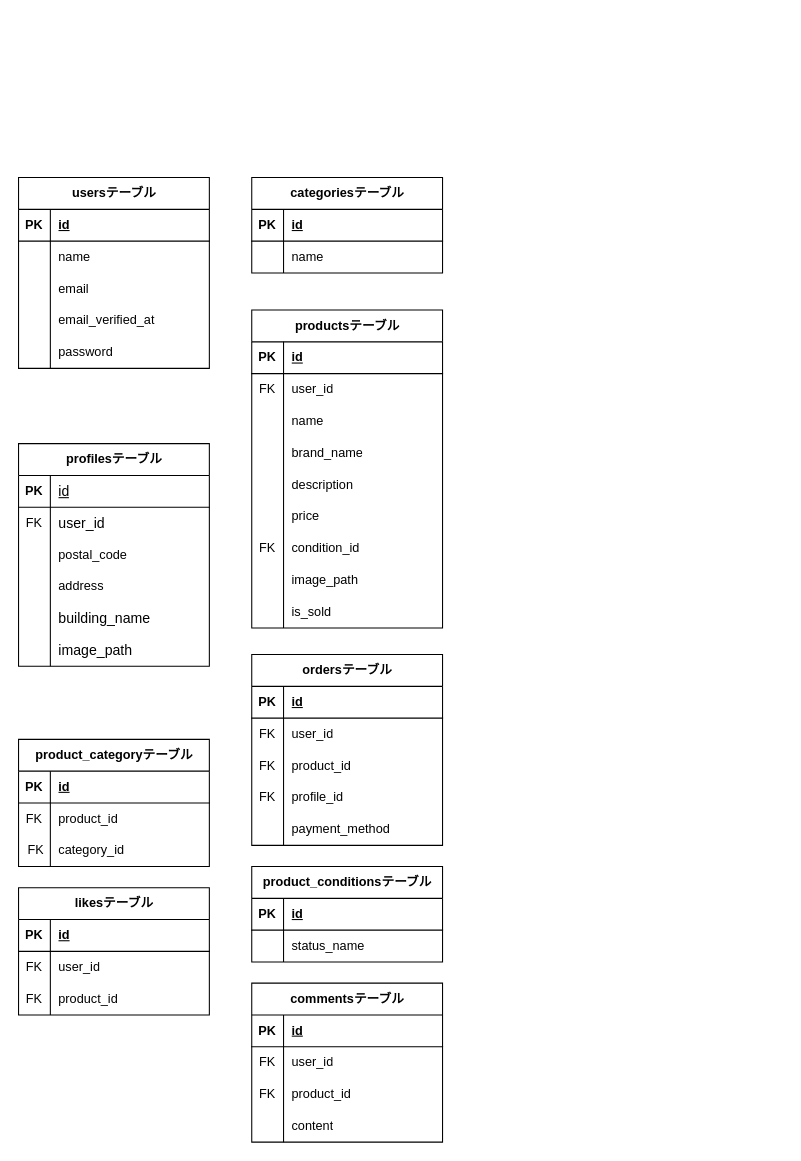
Above: er_diagram.drawio in TomoeHayano/furima-app-test (draw.io), before the change. Source tidied: cells renumbered, new cells numbered last; positions are measured from the earlier drawing's top-left corner, leaving out a move shared by most shapes. Both pictures are drawn from the tidied source at 106%, with x=0, y=0 at pixel (18, 177).
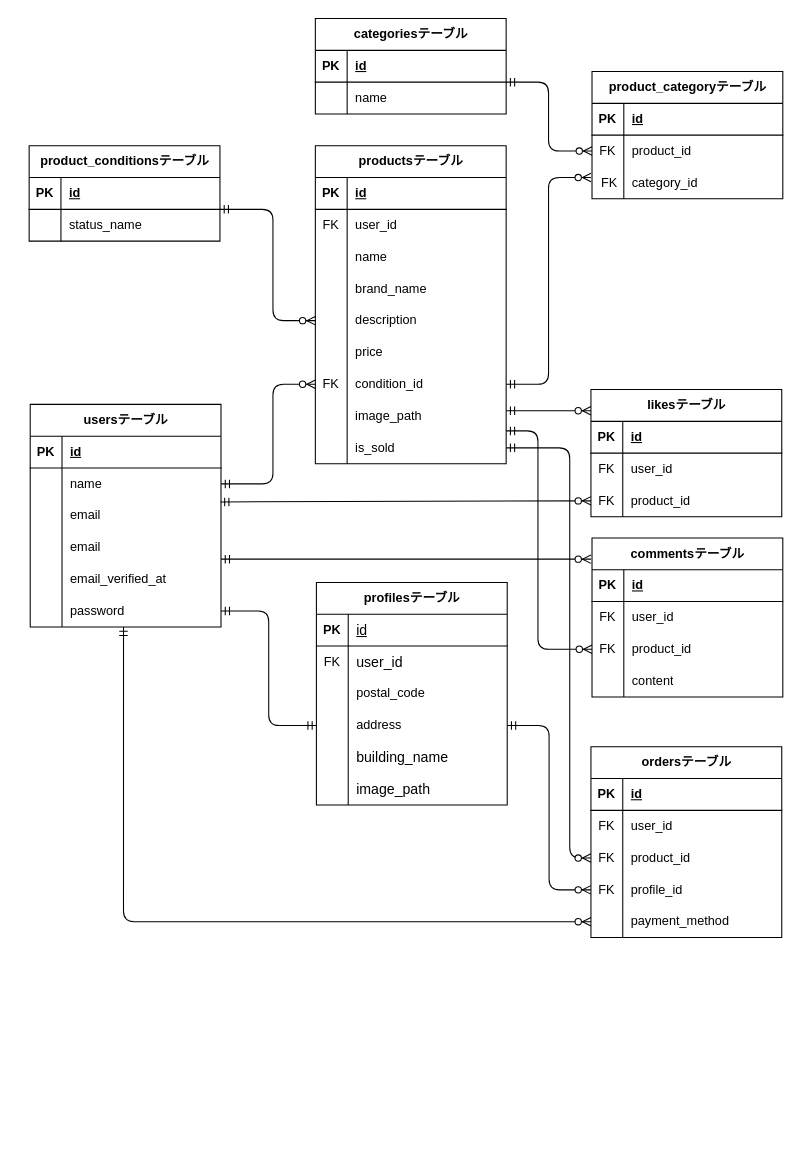
The same diagram, later.

The change refers to these unchanged cells:
```xml
<mxCell id="6" style="shape=tableRow;horizontal=0;startSize=0;swimlaneHead=0;swimlaneBody=0;fillColor=none;points=[[0,0.5],[1,0.5]];portConstraint=eastwest;top=0;left=0;right=0;bottom=0;" parent="2" vertex="1">
  <mxGeometry y="60" width="180" height="30" as="geometry" />
</mxCell>
<mxCell id="9" style="shape=tableRow;horizontal=0;startSize=0;swimlaneHead=0;swimlaneBody=0;fillColor=none;points=[[0,0.5],[1,0.5]];portConstraint=eastwest;top=0;left=0;right=0;bottom=0;" parent="2" vertex="1">
  <mxGeometry y="90" width="180" height="30" as="geometry" />
</mxCell>
<mxCell id="38" style="shape=tableRow;horizontal=0;startSize=0;swimlaneHead=0;swimlaneBody=0;fillColor=none;points=[[0,0.5],[1,0.5]];portConstraint=eastwest;top=0;left=0;right=0;bottom=0;" parent="25" vertex="1">
  <mxGeometry y="150" width="180" height="30" as="geometry" />
</mxCell>
<mxCell id="44" style="shape=tableRow;horizontal=0;startSize=0;swimlaneHead=0;swimlaneBody=0;fillColor=none;points=[[0,0.5],[1,0.5]];portConstraint=eastwest;top=0;left=0;right=0;bottom=0;" parent="25" vertex="1">
  <mxGeometry y="210" width="180" height="30" as="geometry" />
</mxCell>
<mxCell id="50" style="shape=tableRow;horizontal=0;startSize=0;swimlaneHead=0;swimlaneBody=0;fillColor=none;points=[[0,0.5],[1,0.5]];portConstraint=eastwest;top=0;left=0;right=0;bottom=0;" parent="25" vertex="1">
  <mxGeometry y="270" width="180" height="30" as="geometry" />
</mxCell>
<mxCell id="57" style="shape=tableRow;horizontal=0;startSize=0;swimlaneHead=0;swimlaneBody=0;fillColor=none;points=[[0,0.5],[1,0.5]];portConstraint=eastwest;top=0;left=0;right=0;bottom=0;" parent="53" vertex="1">
  <mxGeometry y="60" width="180" height="30" as="geometry" />
</mxCell>
<mxCell id="70" style="shape=tableRow;horizontal=0;startSize=0;swimlaneHead=0;swimlaneBody=0;fillColor=none;points=[[0,0.5],[1,0.5]];portConstraint=eastwest;top=0;left=0;right=0;bottom=0;" parent="63" vertex="1">
  <mxGeometry y="90" width="180" height="30" as="geometry" />
</mxCell>
<mxCell id="80" style="shape=tableRow;horizontal=0;startSize=0;swimlaneHead=0;swimlaneBody=0;fillColor=none;points=[[0,0.5],[1,0.5]];portConstraint=eastwest;top=0;left=0;right=0;bottom=0;" parent="73" vertex="1">
  <mxGeometry y="90" width="180" height="30" as="geometry" />
</mxCell>
<mxCell id="93" style="shape=tableRow;horizontal=0;startSize=0;swimlaneHead=0;swimlaneBody=0;fillColor=none;points=[[0,0.5],[1,0.5]];portConstraint=eastwest;top=0;left=0;right=0;bottom=0;" parent="86" vertex="1">
  <mxGeometry y="90" width="180" height="30" as="geometry" />
</mxCell>
<mxCell id="96" style="shape=tableRow;horizontal=0;startSize=0;swimlaneHead=0;swimlaneBody=0;fillColor=none;points=[[0,0.5],[1,0.5]];portConstraint=eastwest;top=0;left=0;right=0;bottom=0;" parent="86" vertex="1">
  <mxGeometry y="120" width="180" height="30" as="geometry" />
</mxCell>
<mxCell id="99" style="shape=tableRow;horizontal=0;startSize=0;swimlaneHead=0;swimlaneBody=0;fillColor=none;points=[[0,0.5],[1,0.5]];portConstraint=eastwest;top=0;left=0;right=0;bottom=0;" parent="86" vertex="1">
  <mxGeometry y="150" width="180" height="30" as="geometry" />
</mxCell>
<mxCell id="119" style="shape=tableRow;horizontal=0;startSize=0;swimlaneHead=0;swimlaneBody=0;fillColor=none;points=[[0,0.5],[1,0.5]];portConstraint=eastwest;top=0;left=0;right=0;bottom=0;" parent="109" vertex="1">
  <mxGeometry y="120" width="180" height="30" as="geometry" />
</mxCell>
```

What changed in the source:
```diff
@@
     <mxCell id="2" value="usersテーブル" style="shape=table;startSize=30;childLayout=tableLayout;rowLines=0;fontStyle=1;align=center;html=1;" parent="1" vertex="1">
-      <mxGeometry width="180" height="180" as="geometry" />
+      <mxGeometry x="11" y="214" width="180" height="210" as="geometry" />
     </mxCell>
@@
+    <mxCell id="128" style="shape=tableRow;horizontal=0;startSize=0;swimlaneHead=0;swimlaneBody=0;fillColor=none;top=0;left=0;right=0;bottom=0;" parent="2" vertex="1">
+      <mxGeometry y="120" width="180" height="30" as="geometry" />
+    </mxCell>
+    <mxCell id="129" style="shape=partialRectangle;fillColor=none;top=0;left=0;bottom=0;right=0;overflow=hidden;whiteSpace=wrap;html=1;" parent="128" vertex="1">
+      <mxGeometry width="30" height="30" as="geometry" />
+    </mxCell>
+    <mxCell id="130" value="email" style="shape=partialRectangle;fillColor=none;top=0;left=0;bottom=0;right=0;align=left;spacingLeft=6;overflow=hidden;whiteSpace=wrap;html=1;" parent="128" vertex="1">
+      <mxGeometry x="30" width="150" height="30" as="geometry" />
+    </mxCell>
     <mxCell id="12" style="shape=tableRow;horizontal=0;startSize=0;swimlaneHead=0;swimlaneBody=0;fillColor=none;top=0;left=0;right=0;bottom=0;" parent="2" vertex="1">
-      <mxGeometry y="120" width="180" height="30" as="geometry" />
+      <mxGeometry y="150" width="180" height="30" as="geometry" />
     </mxCell>
@@
     <mxCell id="15" style="shape=tableRow;horizontal=0;startSize=0;swimlaneHead=0;swimlaneBody=0;fillColor=none;points=[[0,0.5],[1,0.5]];portConstraint=eastwest;top=0;left=0;right=0;bottom=0;" parent="2" vertex="1">
-      <mxGeometry y="150" width="180" height="30" as="geometry" />
+      <mxGeometry y="180" width="180" height="30" as="geometry" />
     </mxCell>
@@
     <mxCell id="18" value="categoriesテーブル" style="shape=table;startSize=30;childLayout=tableLayout;rowLines=0;fontStyle=1;align=center;html=1;" parent="1" vertex="1">
-      <mxGeometry x="220" width="180" height="90" as="geometry" />
+      <mxGeometry x="280" y="-150" width="180" height="90" as="geometry" />
     </mxCell>
@@
     <mxCell id="25" value="productsテーブル" style="shape=table;startSize=30;childLayout=tableLayout;rowLines=0;fontStyle=1;align=center;html=1;" parent="1" vertex="1">
-      <mxGeometry x="220" y="125" width="180" height="300" as="geometry" />
+      <mxGeometry x="280" y="-30" width="180" height="300" as="geometry" />
     </mxCell>
@@
     <mxCell id="53" value="product_categoryテーブル" style="shape=table;startSize=30;childLayout=tableLayout;rowLines=0;fontStyle=1;align=center;html=1;" parent="1" vertex="1">
-      <mxGeometry y="530" width="180" height="120" as="geometry" />
+      <mxGeometry x="541" y="-100" width="180" height="120" as="geometry" />
     </mxCell>
@@
     <mxCell id="63" value="likesテーブル" style="shape=table;startSize=30;childLayout=tableLayout;rowLines=0;fontStyle=1;align=center;html=1;" parent="1" vertex="1">
-      <mxGeometry y="670" width="180" height="120" as="geometry" />
+      <mxGeometry x="540" y="200" width="180" height="120" as="geometry" />
     </mxCell>
@@
     <mxCell id="73" value="commentsテーブル" style="shape=table;startSize=30;childLayout=tableLayout;rowLines=0;fontStyle=1;align=center;html=1;" parent="1" vertex="1">
-      <mxGeometry x="220" y="760" width="180" height="150" as="geometry" />
+      <mxGeometry x="541" y="340" width="180" height="150" as="geometry" />
     </mxCell>
@@
     <mxCell id="86" value="ordersテーブル" style="shape=table;startSize=30;childLayout=tableLayout;rowLines=0;fontStyle=1;align=center;html=1;" parent="1" vertex="1">
-      <mxGeometry x="220" y="450" width="180" height="180" as="geometry" />
+      <mxGeometry x="540" y="537" width="180" height="180" as="geometry" />
     </mxCell>
@@
     <mxCell id="102" value="product_conditionsテーブル" style="shape=table;startSize=30;childLayout=tableLayout;rowLines=0;fontStyle=1;align=center;html=1;" parent="1" vertex="1">
-      <mxGeometry x="220" y="650" width="180" height="90" as="geometry" />
+      <mxGeometry x="10" y="-30" width="180" height="90" as="geometry" />
     </mxCell>
@@
     <mxCell id="109" value="profilesテーブル" style="shape=table;startSize=30;childLayout=tableLayout;rowLines=0;fontStyle=1;align=center;html=1;" parent="1" vertex="1">
-      <mxGeometry y="251" width="180" height="210" as="geometry" />
+      <mxGeometry x="281" y="382" width="180" height="210" as="geometry" />
     </mxCell>
@@
+    <mxCell id="131" style="edgeStyle=orthogonalEdgeStyle;fontSize=12;html=1;endArrow=ERzeroToMany;startArrow=ERmandOne;entryX=0;entryY=0.5;entryDx=0;entryDy=0;" parent="1" edge="1" target="38">
+      <mxGeometry relative="1" as="geometry">
+        <mxPoint x="190" y="30" as="sourcePoint" />
+        <Array as="points">
+          <mxPoint x="240" y="30" />
+          <mxPoint x="240" y="135" />
+        </Array>
+      </mxGeometry>
+    </mxCell>
+    <mxCell id="132" style="edgeStyle=orthogonalEdgeStyle;fontSize=12;html=1;endArrow=ERmandOne;startArrow=ERmandOne;entryX=0;entryY=0.5;entryDx=0;entryDy=0;exitX=1;exitY=0.5;exitDx=0;exitDy=0;" parent="1" edge="1" source="15" target="119">
+      <mxGeometry relative="1" as="geometry" />
+    </mxCell>
+    <mxCell id="133" style="edgeStyle=orthogonalEdgeStyle;fontSize=12;html=1;endArrow=ERzeroToMany;startArrow=ERmandOne;entryX=0;entryY=0.5;entryDx=0;entryDy=0;exitX=1;exitY=0.5;exitDx=0;exitDy=0;" parent="1" edge="1" source="6" target="44">
+      <mxGeometry relative="1" as="geometry">
+        <Array as="points">
+          <mxPoint x="240" y="289" />
+          <mxPoint x="240" y="195" />
+        </Array>
+      </mxGeometry>
+    </mxCell>
+    <mxCell id="134" style="edgeStyle=orthogonalEdgeStyle;fontSize=12;html=1;endArrow=ERzeroToMany;startArrow=ERmandOne;" parent="1" edge="1" target="57">
+      <mxGeometry relative="1" as="geometry">
+        <mxPoint x="460" y="-90" as="sourcePoint" />
+        <Array as="points">
+          <mxPoint x="500" y="-90" />
+          <mxPoint x="500" y="-25" />
+        </Array>
+      </mxGeometry>
+    </mxCell>
+    <mxCell id="135" style="edgeStyle=orthogonalEdgeStyle;fontSize=12;html=1;endArrow=ERzeroToMany;startArrow=ERmandOne;exitX=1;exitY=0.5;exitDx=0;exitDy=0;" parent="1" edge="1" source="44">
+      <mxGeometry relative="1" as="geometry">
+        <mxPoint x="540" as="targetPoint" />
+        <Array as="points">
+          <mxPoint x="500" y="195" />
+          <mxPoint x="500" />
+        </Array>
+      </mxGeometry>
+    </mxCell>
+    <mxCell id="136" style="edgeStyle=orthogonalEdgeStyle;fontSize=12;html=1;endArrow=ERzeroToMany;startArrow=ERmandOne;" parent="1" edge="1">
+      <mxGeometry relative="1" as="geometry">
+        <mxPoint x="460" y="220" as="sourcePoint" />
+        <mxPoint x="540" y="220" as="targetPoint" />
+      </mxGeometry>
+    </mxCell>
+    <mxCell id="137" style="edgeStyle=orthogonalEdgeStyle;fontSize=12;html=1;endArrow=ERzeroToMany;startArrow=ERmandOne;entryX=0;entryY=0.5;entryDx=0;entryDy=0;" parent="1" edge="1" target="80">
+      <mxGeometry relative="1" as="geometry">
+        <mxPoint x="460" y="239" as="sourcePoint" />
+        <Array as="points">
+          <mxPoint x="490" y="239" />
+          <mxPoint x="490" y="445" />
+        </Array>
+      </mxGeometry>
+    </mxCell>
+    <mxCell id="138" style="edgeStyle=orthogonalEdgeStyle;fontSize=12;html=1;endArrow=ERzeroToMany;startArrow=ERmandOne;exitX=1;exitY=0.5;exitDx=0;exitDy=0;entryX=0;entryY=0.5;entryDx=0;entryDy=0;" parent="1" edge="1" source="50" target="93">
+      <mxGeometry relative="1" as="geometry">
+        <Array as="points">
+          <mxPoint x="520" y="255" />
+          <mxPoint x="520" y="642" />
+        </Array>
+      </mxGeometry>
+    </mxCell>
+    <mxCell id="139" style="edgeStyle=orthogonalEdgeStyle;fontSize=12;html=1;endArrow=ERzeroToMany;startArrow=ERmandOne;entryX=0;entryY=0.5;entryDx=0;entryDy=0;exitX=1;exitY=0.5;exitDx=0;exitDy=0;" parent="1" edge="1" source="119" target="96">
+      <mxGeometry relative="1" as="geometry" />
+    </mxCell>
+    <mxCell id="140" style="edgeStyle=orthogonalEdgeStyle;fontSize=12;html=1;endArrow=ERzeroToMany;startArrow=ERmandOne;elbow=vertical;exitX=0.489;exitY=1;exitDx=0;exitDy=0;exitPerimeter=0;entryX=0;entryY=0.5;entryDx=0;entryDy=0;" parent="1" edge="1" source="15" target="99">
+      <mxGeometry relative="1" as="geometry" />
+    </mxCell>
+    <mxCell id="141" style="edgeStyle=entityRelationEdgeStyle;fontSize=12;html=1;endArrow=ERzeroToMany;startArrow=ERmandOne;" parent="1" edge="1">
+      <mxGeometry relative="1" as="geometry">
+        <mxPoint x="191" y="360" as="sourcePoint" />
+        <mxPoint x="540" y="360" as="targetPoint" />
+      </mxGeometry>
+    </mxCell>
+    <mxCell id="142" style="fontSize=12;html=1;endArrow=ERzeroToMany;startArrow=ERmandOne;entryX=0;entryY=0.5;entryDx=0;entryDy=0;exitX=0.997;exitY=0.067;exitDx=0;exitDy=0;exitPerimeter=0;" parent="1" edge="1" source="9" target="70">
+      <mxGeometry relative="1" as="geometry" />
+    </mxCell>
```
